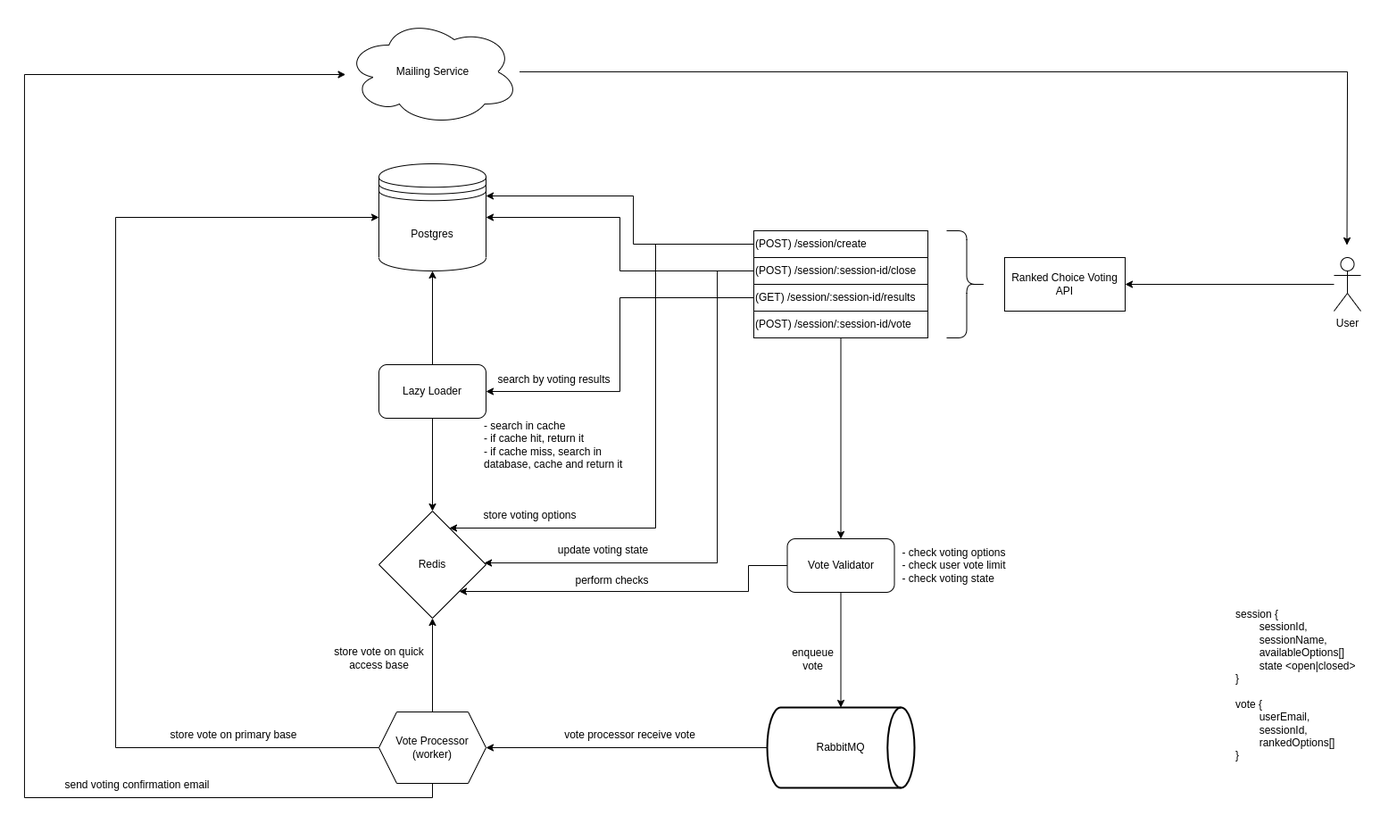
Above: docs/ranked-choice-voting.png in 0x0th30/ranked-choice-voting (draw.io), before the change. Source tidied: cells renumbered, new cells last; positions are measured from the earlier drawing's top-left corner, leaving out a move shared by most shapes.
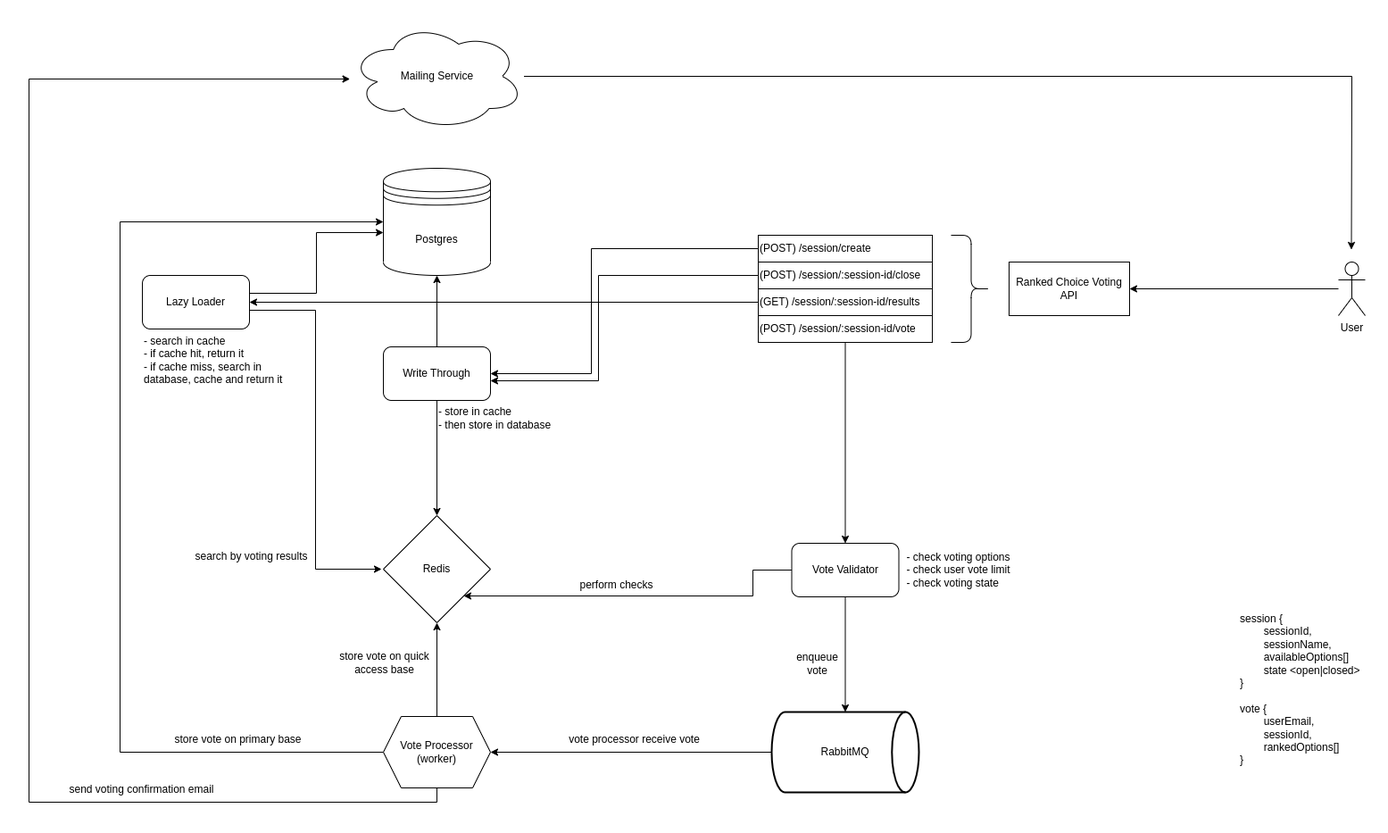
Later version of the same file.

Commit message:
docs: update architecture diagram

What changed in the source:
```diff
@@ -17,36 +17,25 @@
     <mxCell id="6" value="(GET) /session/:session-id/results" style="rounded=0;whiteSpace=wrap;html=1;align=left;" parent="1" vertex="1">
       <mxGeometry x="817" y="298" width="195" height="30" as="geometry" />
     </mxCell>
-    <mxCell id="7" style="edgeStyle=orthogonalEdgeStyle;rounded=0;jettySize=auto;html=1;" parent="1" edge="1" source="9" target="16">
-      <mxGeometry relative="1" as="geometry" />
-    </mxCell>
-    <mxCell id="8" style="edgeStyle=orthogonalEdgeStyle;rounded=0;jettySize=auto;html=1;" parent="1" edge="1" source="9" target="17">
-      <mxGeometry relative="1" as="geometry">
-        <Array as="points">
-          <mxPoint x="776" y="283" />
-          <mxPoint x="776" y="610" />
-        </Array>
-      </mxGeometry>
-    </mxCell>
+    <mxCell id="44" style="edgeStyle=orthogonalEdgeStyle;rounded=0;jettySize=auto;html=1;" parent="1" edge="1" source="9" target="48">
+      <mxGeometry relative="1" as="geometry">
+        <Array as="points">
+          <mxPoint x="638" y="283" />
+          <mxPoint x="638" y="401" />
+        </Array>
+      </mxGeometry>
+    </mxCell>
     <mxCell id="9" value="(POST) /session/:session-id/close" style="rounded=0;whiteSpace=wrap;html=1;align=left;" parent="1" vertex="1">
       <mxGeometry x="817" y="268" width="195" height="30" as="geometry" />
     </mxCell>
-    <mxCell id="10" style="edgeStyle=orthogonalEdgeStyle;rounded=0;jettySize=auto;html=1;" parent="1" edge="1" source="12" target="16">
-      <mxGeometry relative="1" as="geometry">
-        <Array as="points">
-          <mxPoint x="682" y="253" />
-          <mxPoint x="682" y="199" />
-        </Array>
-      </mxGeometry>
-    </mxCell>
-    <mxCell id="11" style="edgeStyle=orthogonalEdgeStyle;rounded=0;jettySize=auto;html=1;exitX=0;exitY=0.5;exitDx=0;exitDy=0;" parent="1" edge="1" source="12" target="17">
-      <mxGeometry relative="1" as="geometry">
-        <Array as="points">
-          <mxPoint x="707" y="253" />
-          <mxPoint x="707" y="571" />
-        </Array>
-      </mxGeometry>
-    </mxCell>
+    <mxCell id="45" style="edgeStyle=orthogonalEdgeStyle;rounded=0;jettySize=auto;html=1;" parent="1" edge="1" source="12" target="48">
+      <mxGeometry relative="1" as="geometry">
+        <Array as="points">
+          <mxPoint x="630" y="253" />
+          <mxPoint x="630" y="393" />
+        </Array>
+      </mxGeometry>
+    </mxCell>
     <mxCell id="12" value="(POST) /session/create" style="rounded=0;whiteSpace=wrap;html=1;align=left;" parent="1" vertex="1">
       <mxGeometry x="817" y="238" width="195" height="30" as="geometry" />
     </mxCell>
@@ -134,32 +123,50 @@
     <mxCell id="34" value="store vote on quick &lt;br&gt;access base" style="text;html=1;align=center;verticalAlign=middle;strokeColor=none;fillColor=none;" parent="1" vertex="1">
       <mxGeometry x="338" y="696" width="119" height="41" as="geometry" />
     </mxCell>
+    <mxCell id="36" style="edgeStyle=orthogonalEdgeStyle;rounded=0;orthogonalLoop=1;jettySize=auto;html=1;" parent="1" edge="1">
+      <mxGeometry relative="1" as="geometry">
+        <mxPoint x="245" y="322" as="sourcePoint" />
+        <mxPoint x="395" y="612" as="targetPoint" />
+        <Array as="points">
+          <mxPoint x="321" y="322" />
+          <mxPoint x="321" y="612" />
+        </Array>
+      </mxGeometry>
+    </mxCell>
     <mxCell id="35" style="edgeStyle=orthogonalEdgeStyle;rounded=0;jettySize=auto;html=1;" parent="1" edge="1" source="37" target="16">
-      <mxGeometry relative="1" as="geometry" />
+      <mxGeometry relative="1" as="geometry">
+        <Array as="points">
+          <mxPoint x="322" y="303" />
+          <mxPoint x="322" y="235" />
+        </Array>
+      </mxGeometry>
     </mxCell>
-    <mxCell id="36" style="edgeStyle=orthogonalEdgeStyle;rounded=0;jettySize=auto;html=1;" parent="1" edge="1" source="37" target="17">
-      <mxGeometry relative="1" as="geometry" />
-    </mxCell>
     <mxCell id="37" value="Lazy Loader" style="rounded=1;whiteSpace=wrap;html=1;" parent="1" vertex="1">
-      <mxGeometry x="397" y="388" width="120" height="60" as="geometry" />
+      <mxGeometry x="127" y="283" width="120" height="60" as="geometry" />
     </mxCell>
     <mxCell id="38" value="search by voting results" style="text;html=1;align=center;verticalAlign=middle;strokeColor=none;fillColor=none;" parent="1" vertex="1">
-      <mxGeometry x="521.5" y="392" width="144" height="26" as="geometry" />
+      <mxGeometry x="177" y="585.5" width="144" height="26" as="geometry" />
     </mxCell>
     <mxCell id="39" value="- search in cache&lt;br&gt;&lt;div style=&quot;&quot;&gt;&lt;span style=&quot;background-color: initial; color: rgb(0, 0, 0); --darkreader-inline-bgcolor: initial; --darkreader-inline-color: #e8e6e3;&quot;&gt;- if cache hit, return it&lt;/span&gt;&lt;/div&gt;&lt;div style=&quot;&quot;&gt;&lt;span style=&quot;background-color: initial; color: rgb(0, 0, 0); --darkreader-inline-bgcolor: initial; --darkreader-inline-color: #e8e6e3;&quot;&gt;- if cache miss, search in&lt;br&gt;database, cache and return it&lt;/span&gt;&lt;/div&gt;" style="text;html=1;align=left;verticalAlign=middle;strokeColor=none;fillColor=none;" parent="1" vertex="1">
-      <mxGeometry x="513" y="443" width="173" height="70" as="geometry" />
+      <mxGeometry x="127" y="343" width="173" height="70" as="geometry" />
     </mxCell>
-    <mxCell id="40" value="store voting options" style="text;html=1;align=center;verticalAlign=middle;strokeColor=none;fillColor=none;" parent="1" vertex="1">
-      <mxGeometry x="505" y="544" width="122" height="26" as="geometry" />
-    </mxCell>
     <mxCell id="41" value="perform checks" style="text;html=1;align=center;verticalAlign=middle;strokeColor=none;fillColor=none;" parent="1" vertex="1">
       <mxGeometry x="608" y="617" width="100" height="26" as="geometry" />
     </mxCell>
     <mxCell id="42" value="send voting confirmation email" style="text;html=1;align=center;verticalAlign=middle;strokeColor=none;fillColor=none;" parent="1" vertex="1">
       <mxGeometry x="36" y="846" width="180" height="26" as="geometry" />
     </mxCell>
-    <mxCell id="43" value="update voting state" style="text;html=1;align=center;verticalAlign=middle;strokeColor=none;fillColor=none;" parent="1" vertex="1">
-      <mxGeometry x="588" y="583" width="119" height="26" as="geometry" />
-    </mxCell>
+    <mxCell id="46" style="edgeStyle=orthogonalEdgeStyle;rounded=0;jettySize=auto;html=1;" parent="1" edge="1" source="48" target="17">
+      <mxGeometry relative="1" as="geometry" />
+    </mxCell>
+    <mxCell id="47" style="edgeStyle=orthogonalEdgeStyle;rounded=0;jettySize=auto;html=1;" parent="1" edge="1" source="48" target="16">
+      <mxGeometry relative="1" as="geometry" />
+    </mxCell>
+    <mxCell id="48" value="Write Through" style="rounded=1;whiteSpace=wrap;html=1;" parent="1" vertex="1">
+      <mxGeometry x="397" y="363" width="120" height="60" as="geometry" />
+    </mxCell>
+    <mxCell id="49" value="- store in cache&lt;br&gt;- then store in database" style="text;html=1;align=left;verticalAlign=middle;strokeColor=none;fillColor=none;" parent="1" vertex="1">
+      <mxGeometry x="457" y="423" width="144" height="41" as="geometry" />
+    </mxCell>
   </root>
 </mxGraphModel>
```
